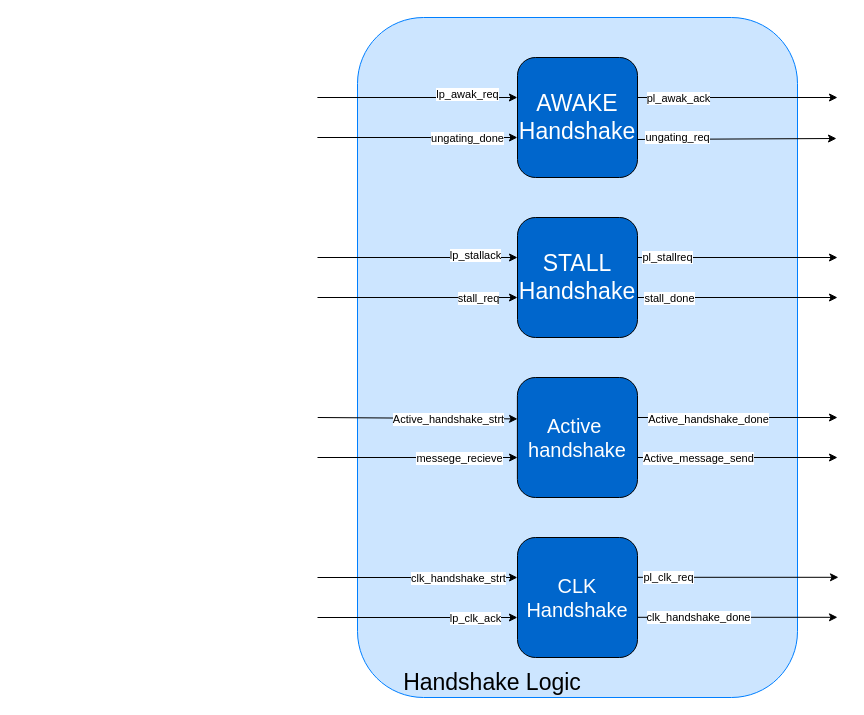
This is page "Handshake Logic" (4 of 22) of docs/SM/RDI_SM/RDI SM.drawio from AbdallahMoSalah/UCIe-3.0-PHY-layer, a draw.io file, before an edit. Source tidied: cells renumbered, new cells numbered last; positions are measured from the earlier drawing's top-left corner, leaving out a move shared by most shapes. Both pictures are drawn from the tidied source at 100%, with x=0, y=0 at pixel (24, 17).
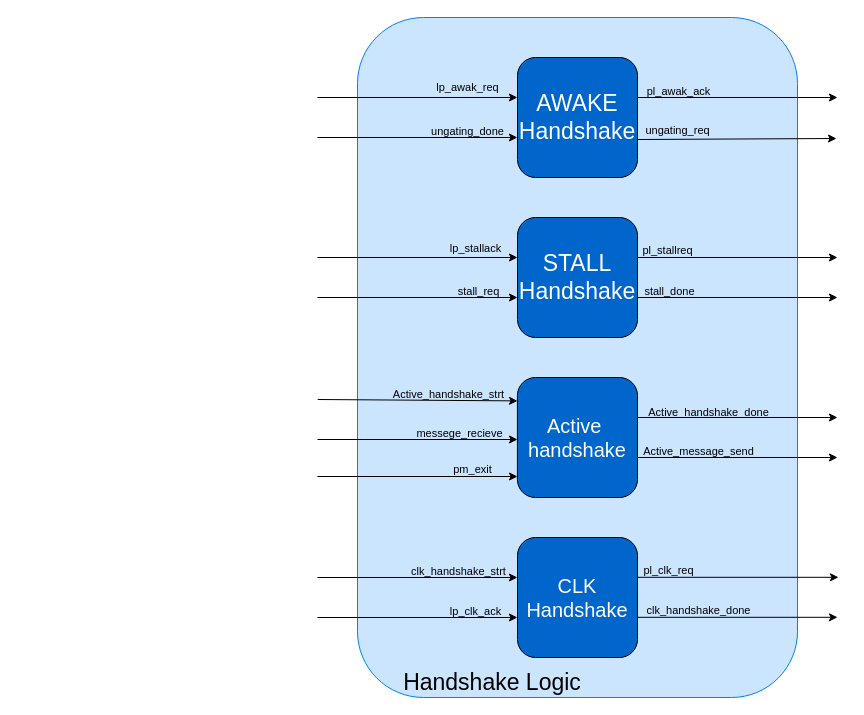
The same page after the edit.

Commit message (it also covers changes not shown here):
handshake logic is added with it's testbench and enhancing in active handshake unit

Unchanged cells that the change refers to:
```xml
<mxCell id="4" style="endArrow=classic;html=1;rounded=0;labelBackgroundColor=none;entryX=1.004;entryY=0.33;entryDx=0;entryDy=0;entryPerimeter=0;fontColor=light-dark(#000000, #171e25);" parent="1" edge="1">
  <mxGeometry relative="1" as="geometry">
    <mxPoint x="613" y="122" as="sourcePoint" />
    <mxPoint x="812" y="121" as="targetPoint" />
  </mxGeometry>
</mxCell>
<mxCell id="6" style="endArrow=classic;html=1;rounded=0;labelBackgroundColor=none;fontColor=light-dark(#000000, #171e25);" parent="1" edge="1">
  <mxGeometry relative="1" as="geometry">
    <mxPoint x="292.9" y="120" as="sourcePoint" />
    <mxPoint x="492.9" y="120" as="targetPoint" />
  </mxGeometry>
</mxCell>
<mxCell id="8" style="endArrow=classic;html=1;rounded=0;labelBackgroundColor=none;fontColor=light-dark(#000000, #171e25);" parent="1" edge="1">
  <mxGeometry relative="1" as="geometry">
    <mxPoint x="292.9" y="80" as="sourcePoint" />
    <mxPoint x="492.9" y="80" as="targetPoint" />
  </mxGeometry>
</mxCell>
<mxCell id="10" style="endArrow=classic;html=1;rounded=0;labelBackgroundColor=none;fontColor=light-dark(#000000, #171e25);" parent="1" edge="1">
  <mxGeometry relative="1" as="geometry">
    <mxPoint x="613" y="80" as="sourcePoint" />
    <mxPoint x="813" y="80" as="targetPoint" />
  </mxGeometry>
</mxCell>
<mxCell id="13" style="endArrow=classic;html=1;rounded=0;fontColor=light-dark(#000000, #171e25);exitX=1;exitY=0.25;exitDx=0;exitDy=0;" parent="1" edge="1">
  <mxGeometry relative="1" as="geometry">
    <mxPoint x="613" y="240" as="sourcePoint" />
    <mxPoint x="813" y="240" as="targetPoint" />
  </mxGeometry>
</mxCell>
<mxCell id="15" style="endArrow=classic;html=1;rounded=0;entryX=1;entryY=0.75;entryDx=0;entryDy=0;fontColor=light-dark(#000000, #171e25);" parent="1" edge="1">
  <mxGeometry relative="1" as="geometry">
    <mxPoint x="293" y="240" as="sourcePoint" />
    <mxPoint x="493" y="240" as="targetPoint" />
  </mxGeometry>
</mxCell>
<mxCell id="17" style="endArrow=classic;html=1;rounded=0;fontColor=light-dark(#000000, #171e25);entryX=0;entryY=0.75;entryDx=0;entryDy=0;" parent="1" edge="1">
  <mxGeometry relative="1" as="geometry">
    <mxPoint x="293" y="280" as="sourcePoint" />
    <mxPoint x="493" y="280" as="targetPoint" />
  </mxGeometry>
</mxCell>
<mxCell id="19" style="rounded=0;orthogonalLoop=1;jettySize=auto;html=1;labelBackgroundColor=none;fontColor=light-dark(#000000, #171e25);" parent="1" edge="1">
  <mxGeometry relative="1" as="geometry">
    <mxPoint x="613" y="559.8" as="sourcePoint" />
    <mxPoint x="814" y="559.8" as="targetPoint" />
  </mxGeometry>
</mxCell>
<mxCell id="21" style="rounded=0;orthogonalLoop=1;jettySize=auto;html=1;labelBackgroundColor=none;fontColor=light-dark(#000000, #171e25);" parent="1" edge="1">
  <mxGeometry relative="1" as="geometry">
    <mxPoint x="293" y="600" as="sourcePoint" />
    <mxPoint x="492.9" y="600" as="targetPoint" />
  </mxGeometry>
</mxCell>
<mxCell id="23" style="endArrow=classic;html=1;rounded=0;fontColor=light-dark(#000000, #171e25);" parent="1" edge="1">
  <mxGeometry relative="1" as="geometry">
    <mxPoint x="293" y="560" as="sourcePoint" />
    <mxPoint x="492.9" y="560" as="targetPoint" />
  </mxGeometry>
</mxCell>
<mxCell id="26" style="endArrow=classic;html=1;rounded=0;fontColor=light-dark(#000000, #171e25);exitX=0;exitY=0.25;exitDx=0;exitDy=0;" parent="1" edge="1">
  <mxGeometry relative="1" as="geometry">
    <mxPoint x="613" y="280" as="sourcePoint" />
    <mxPoint x="813" y="280" as="targetPoint" />
  </mxGeometry>
</mxCell>
<mxCell id="29" style="endArrow=classic;html=1;rounded=0;labelBackgroundColor=none;fontColor=light-dark(#000000, #171e25);" parent="1" edge="1">
  <mxGeometry relative="1" as="geometry">
    <mxPoint x="613" y="599.8" as="sourcePoint" />
    <mxPoint x="813" y="599.8" as="targetPoint" />
  </mxGeometry>
</mxCell>
<mxCell id="32" style="endArrow=classic;html=1;rounded=0;strokeColor=default;align=center;verticalAlign=middle;fontFamily=Helvetica;fontSize=12;fontColor=default;labelBackgroundColor=default;exitX=1;exitY=0.194;exitDx=0;exitDy=0;exitPerimeter=0;" parent="1" edge="1">
  <mxGeometry relative="1" as="geometry">
    <mxPoint x="613" y="400" as="sourcePoint" />
    <mxPoint x="813" y="400" as="targetPoint" />
  </mxGeometry>
</mxCell>
<mxCell id="38" style="endArrow=classic;html=1;rounded=0;strokeColor=default;align=center;verticalAlign=middle;fontFamily=Helvetica;fontSize=12;fontColor=default;labelBackgroundColor=default;" parent="1" edge="1">
  <mxGeometry relative="1" as="geometry">
    <mxPoint x="613" y="440" as="sourcePoint" />
    <mxPoint x="813" y="440" as="targetPoint" />
  </mxGeometry>
</mxCell>
```

The edit, as a diff of the source:
```diff
@@
-    <mxCell id="5" value="ungating_req" style="edgeLabel;html=1;align=center;verticalAlign=middle;labelBackgroundColor=default;fontColor=light-dark(#000000, #171e25);" parent="4" vertex="1">
+    <mxCell id="5" value="ungating_req" style="edgeLabel;html=1;align=center;verticalAlign=middle;labelBackgroundColor=none;fontColor=light-dark(#000000, #171e25);" parent="4" vertex="1">
       <mxGeometry x="-0.26" y="1" relative="1" as="geometry">
-        <mxPoint x="-34" y="-1" as="offset" />
+        <mxPoint x="-34" y="-8" as="offset" />
       </mxGeometry>
     </mxCell>
@@
-    <mxCell id="7" value="ungating_done" style="edgeLabel;html=1;align=center;verticalAlign=middle;labelBackgroundColor=default;fontColor=light-dark(#000000, #171e25);" parent="6" vertex="1">
+    <mxCell id="7" value="ungating_done" style="edgeLabel;html=1;align=center;verticalAlign=middle;labelBackgroundColor=none;fontColor=light-dark(#000000, #171e25);" parent="6" vertex="1">
       <mxGeometry x="0.06" y="-1" relative="1" as="geometry">
-        <mxPoint x="44" y="-1" as="offset" />
+        <mxPoint x="44" y="-8" as="offset" />
       </mxGeometry>
     </mxCell>
@@
-    <mxCell id="9" value="lp_awak_req" style="edgeLabel;html=1;align=center;verticalAlign=middle;rotation=0;labelBackgroundColor=default;fontColor=light-dark(#000000, #171e25);" parent="8" vertex="1">
+    <mxCell id="9" value="lp_awak_req" style="edgeLabel;html=1;align=center;verticalAlign=middle;rotation=0;labelBackgroundColor=none;fontColor=light-dark(#000000, #171e25);" parent="8" vertex="1">
       <mxGeometry x="0.19" y="2" relative="1" as="geometry">
-        <mxPoint x="31" y="-2" as="offset" />
+        <mxPoint x="31" y="-9" as="offset" />
       </mxGeometry>
     </mxCell>
@@
-    <mxCell id="11" value="pl_awak_ack" style="edgeLabel;html=1;align=center;verticalAlign=middle;rotation=0;labelBackgroundColor=default;fontColor=light-dark(#000000, #171e25);" parent="10" vertex="1">
+    <mxCell id="11" value="pl_awak_ack" style="edgeLabel;html=1;align=center;verticalAlign=middle;rotation=0;labelBackgroundColor=none;fontColor=light-dark(#000000, #171e25);" parent="10" vertex="1">
       <mxGeometry x="0.19" y="2" relative="1" as="geometry">
-        <mxPoint x="-79" y="2" as="offset" />
+        <mxPoint x="-79" y="-5" as="offset" />
       </mxGeometry>
     </mxCell>
@@
-    <mxCell id="14" value="pl_stallreq" style="edgeLabel;html=1;align=center;verticalAlign=middle;fontColor=light-dark(#000000, #171e25);" parent="13" vertex="1">
+    <mxCell id="14" value="pl_stallreq" style="edgeLabel;html=1;align=center;verticalAlign=middle;fontColor=light-dark(#000000, #171e25);labelBackgroundColor=none;" parent="13" vertex="1">
       <mxGeometry x="0.08" y="1" relative="1" as="geometry">
-        <mxPoint x="-79" as="offset" />
+        <mxPoint x="-79" y="-7" as="offset" />
       </mxGeometry>
     </mxCell>
@@
-    <mxCell id="16" value="lp_stallack" style="edgeLabel;html=1;align=center;verticalAlign=middle;fontColor=light-dark(#000000, #171e25);" parent="15" vertex="1">
+    <mxCell id="16" value="lp_stallack" style="edgeLabel;html=1;align=center;verticalAlign=middle;fontColor=light-dark(#000000, #171e25);labelBackgroundColor=none;" parent="15" vertex="1">
       <mxGeometry x="-0.06" y="3" relative="1" as="geometry">
-        <mxPoint x="63" as="offset" />
+        <mxPoint x="63" y="-7" as="offset" />
       </mxGeometry>
     </mxCell>
@@
-    <mxCell id="18" value="stall_req" style="edgeLabel;html=1;align=center;verticalAlign=middle;" parent="17" vertex="1">
+    <mxCell id="18" value="stall_req" style="edgeLabel;html=1;align=center;verticalAlign=middle;labelBackgroundColor=none;" parent="17" vertex="1">
       <mxGeometry x="-0.81" y="3" relative="1" as="geometry">
-        <mxPoint x="141" y="3" as="offset" />
+        <mxPoint x="141" y="-4" as="offset" />
       </mxGeometry>
     </mxCell>
@@
-    <mxCell id="20" value="pl_clk_req" style="edgeLabel;html=1;align=center;verticalAlign=middle;labelBackgroundColor=default;fontColor=light-dark(#000000, #171e25);" parent="19" vertex="1">
+    <mxCell id="20" value="pl_clk_req" style="edgeLabel;html=1;align=center;verticalAlign=middle;labelBackgroundColor=none;fontColor=light-dark(#000000, #171e25);" parent="19" vertex="1">
       <mxGeometry x="0.12" y="-2" relative="1" as="geometry">
-        <mxPoint x="-83" y="-2" as="offset" />
+        <mxPoint x="-83" y="-9" as="offset" />
       </mxGeometry>
     </mxCell>
@@
-    <mxCell id="22" value="lp_clk_ack" style="edgeLabel;html=1;align=center;verticalAlign=middle;labelBackgroundColor=default;fontColor=light-dark(#000000, #171e25);" parent="21" vertex="1">
+    <mxCell id="22" value="lp_clk_ack" style="edgeLabel;html=1;align=center;verticalAlign=middle;labelBackgroundColor=none;fontColor=light-dark(#000000, #171e25);" parent="21" vertex="1">
       <mxGeometry x="0.12" y="-2" relative="1" as="geometry">
-        <mxPoint x="45" y="-2" as="offset" />
+        <mxPoint x="45" y="-9" as="offset" />
       </mxGeometry>
     </mxCell>
@@
-    <mxCell id="24" value="clk_handshake_strt" style="edgeLabel;html=1;align=center;verticalAlign=middle;" parent="23" vertex="1">
+    <mxCell id="24" value="clk_handshake_strt" style="edgeLabel;html=1;align=center;verticalAlign=middle;labelBackgroundColor=none;" parent="23" vertex="1">
       <mxGeometry x="-0.11" y="-1" relative="1" as="geometry">
-        <mxPoint x="51" y="-1" as="offset" />
+        <mxPoint x="51" y="-8" as="offset" />
       </mxGeometry>
     </mxCell>
@@
-    <mxCell id="27" value="stall_done" style="edgeLabel;html=1;align=center;verticalAlign=middle;" parent="26" vertex="1">
+    <mxCell id="27" value="stall_done" style="edgeLabel;html=1;align=center;verticalAlign=middle;labelBackgroundColor=none;" parent="26" vertex="1">
       <mxGeometry x="0.4" y="5" relative="1" as="geometry">
-        <mxPoint x="-109" y="5" as="offset" />
+        <mxPoint x="-109" y="-2" as="offset" />
       </mxGeometry>
     </mxCell>
@@
-    <mxCell id="30" value="clk_handshake_done" style="edgeLabel;html=1;align=center;verticalAlign=middle;" parent="29" vertex="1">
+    <mxCell id="30" value="clk_handshake_done" style="edgeLabel;html=1;align=center;verticalAlign=middle;labelBackgroundColor=none;" parent="29" vertex="1">
       <mxGeometry x="0.06" y="-3" relative="1" as="geometry">
-        <mxPoint x="-46" y="-3" as="offset" />
+        <mxPoint x="-46" y="-10" as="offset" />
       </mxGeometry>
     </mxCell>
@@
-    <mxCell id="33" value="Active_handshake_done" style="edgeLabel;html=1;align=center;verticalAlign=middle;" parent="32" vertex="1">
+    <mxCell id="33" value="Active_handshake_done" style="edgeLabel;html=1;align=center;verticalAlign=middle;labelBackgroundColor=none;" parent="32" vertex="1">
       <mxGeometry x="-0.72" y="-1" relative="1" as="geometry">
-        <mxPoint x="42" as="offset" />
+        <mxPoint x="42" y="-7" as="offset" />
       </mxGeometry>
     </mxCell>
     <mxCell id="34" style="endArrow=classic;html=1;rounded=0;entryX=1.001;entryY=0.693;entryDx=0;entryDy=0;entryPerimeter=0;exitX=1.001;exitY=0.693;exitDx=0;exitDy=0;exitPerimeter=0;" parent="1" edge="1">
       <mxGeometry relative="1" as="geometry">
-        <mxPoint x="293.2" y="400" as="sourcePoint" />
-        <mxPoint x="493" y="401.4" as="targetPoint" />
+        <mxPoint x="293.2" y="382" as="sourcePoint" />
+        <mxPoint x="493" y="383.4" as="targetPoint" />
       </mxGeometry>
     </mxCell>
-    <mxCell id="35" value="Active_handshake_strt" style="edgeLabel;html=1;align=center;verticalAlign=middle;" parent="34" vertex="1">
+    <mxCell id="35" value="Active_handshake_strt" style="edgeLabel;html=1;align=center;verticalAlign=middle;labelBackgroundColor=none;" parent="34" vertex="1">
       <mxGeometry x="0.81" relative="1" as="geometry">
-        <mxPoint x="-51" as="offset" />
+        <mxPoint x="-51" y="-7" as="offset" />
       </mxGeometry>
     </mxCell>
     <mxCell id="36" style="rounded=0;orthogonalLoop=1;jettySize=auto;html=1;" parent="1" edge="1">
       <mxGeometry relative="1" as="geometry">
-        <mxPoint x="293" y="440" as="sourcePoint" />
-        <mxPoint x="493" y="440" as="targetPoint" />
+        <mxPoint x="293" y="422" as="sourcePoint" />
+        <mxPoint x="493" y="422" as="targetPoint" />
       </mxGeometry>
     </mxCell>
-    <mxCell id="37" value="messege_recieve" style="edgeLabel;html=1;align=center;verticalAlign=middle;" parent="36" vertex="1">
+    <mxCell id="37" value="messege_recieve" style="edgeLabel;html=1;align=center;verticalAlign=middle;labelBackgroundColor=none;" parent="36" vertex="1">
       <mxGeometry x="-0.2" relative="1" as="geometry">
-        <mxPoint x="61" as="offset" />
+        <mxPoint x="61" y="-7" as="offset" />
       </mxGeometry>
     </mxCell>
@@
-    <mxCell id="39" value="Active_message_send" style="edgeLabel;html=1;align=center;verticalAlign=middle;" parent="38" vertex="1">
+    <mxCell id="39" value="Active_message_send" style="edgeLabel;html=1;align=center;verticalAlign=middle;labelBackgroundColor=none;" parent="38" vertex="1">
       <mxGeometry x="0.11" relative="1" as="geometry">
-        <mxPoint x="-51" as="offset" />
+        <mxPoint x="-51" y="-7" as="offset" />
       </mxGeometry>
     </mxCell>
@@
+    <mxCell id="41" style="rounded=0;orthogonalLoop=1;jettySize=auto;html=1;" parent="1" edge="1">
+      <mxGeometry relative="1" as="geometry">
+        <mxPoint x="293" y="459" as="sourcePoint" />
+        <mxPoint x="493" y="459" as="targetPoint" />
+      </mxGeometry>
+    </mxCell>
+    <mxCell id="42" value="pm_exit" style="edgeLabel;html=1;align=center;verticalAlign=middle;labelBackgroundColor=none;" parent="41" vertex="1">
+      <mxGeometry x="-0.2" relative="1" as="geometry">
+        <mxPoint x="74" y="-8" as="offset" />
+      </mxGeometry>
+    </mxCell>
```
